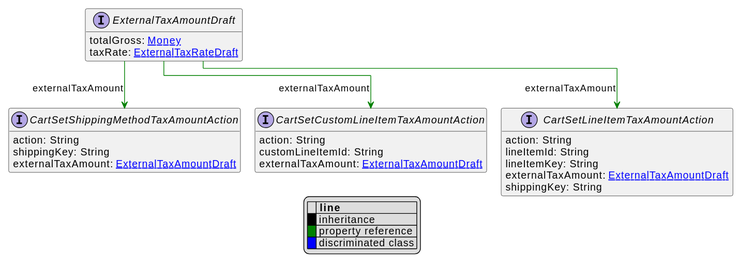
Above: uml/api/svg/ExternalTaxAmountDraft.svg in commercetools/commercetools-api-reference (PlantUML), before the change.
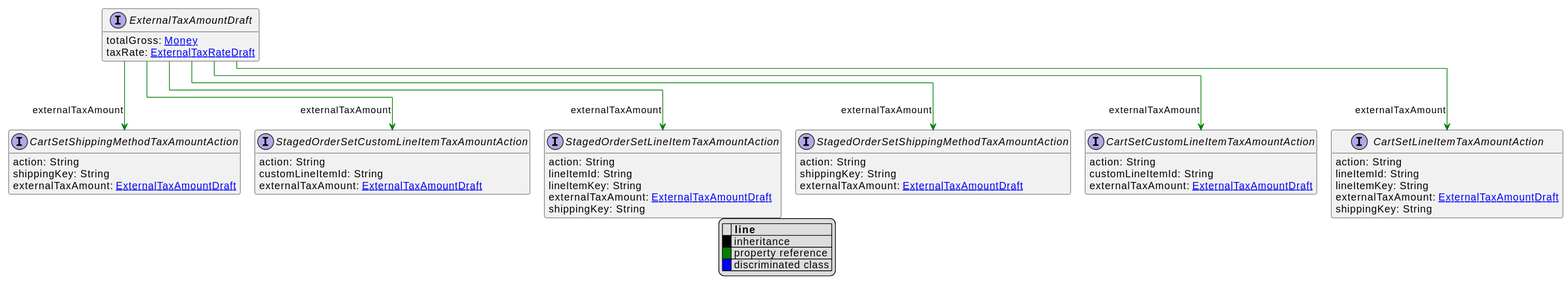
The same diagram one commit later.

What changed in the source:
```diff
@@ -32,8 +32,28 @@
     shippingKey: String
     externalTaxAmount: [[ExternalTaxAmountDraft.svg ExternalTaxAmountDraft]]
 }
+interface StagedOrderSetCustomLineItemTaxAmountAction [[StagedOrderSetCustomLineItemTaxAmountAction.svg]]  {
+    action: String
+    customLineItemId: String
+    externalTaxAmount: [[ExternalTaxAmountDraft.svg ExternalTaxAmountDraft]]
+}
+interface StagedOrderSetLineItemTaxAmountAction [[StagedOrderSetLineItemTaxAmountAction.svg]]  {
+    action: String
+    lineItemId: String
+    lineItemKey: String
+    externalTaxAmount: [[ExternalTaxAmountDraft.svg ExternalTaxAmountDraft]]
+    shippingKey: String
+}
+interface StagedOrderSetShippingMethodTaxAmountAction [[StagedOrderSetShippingMethodTaxAmountAction.svg]]  {
+    action: String
+    shippingKey: String
+    externalTaxAmount: [[ExternalTaxAmountDraft.svg ExternalTaxAmountDraft]]
+}
 
 ExternalTaxAmountDraft --> CartSetCustomLineItemTaxAmountAction #green;text:green : "externalTaxAmount"
 ExternalTaxAmountDraft --> CartSetLineItemTaxAmountAction #green;text:green : "externalTaxAmount"
 ExternalTaxAmountDraft --> CartSetShippingMethodTaxAmountAction #green;text:green : "externalTaxAmount"
+ExternalTaxAmountDraft --> StagedOrderSetCustomLineItemTaxAmountAction #green;text:green : "externalTaxAmount"
+ExternalTaxAmountDraft --> StagedOrderSetLineItemTaxAmountAction #green;text:green : "externalTaxAmount"
+ExternalTaxAmountDraft --> StagedOrderSetShippingMethodTaxAmountAction #green;text:green : "externalTaxAmount"
 @enduml
```
